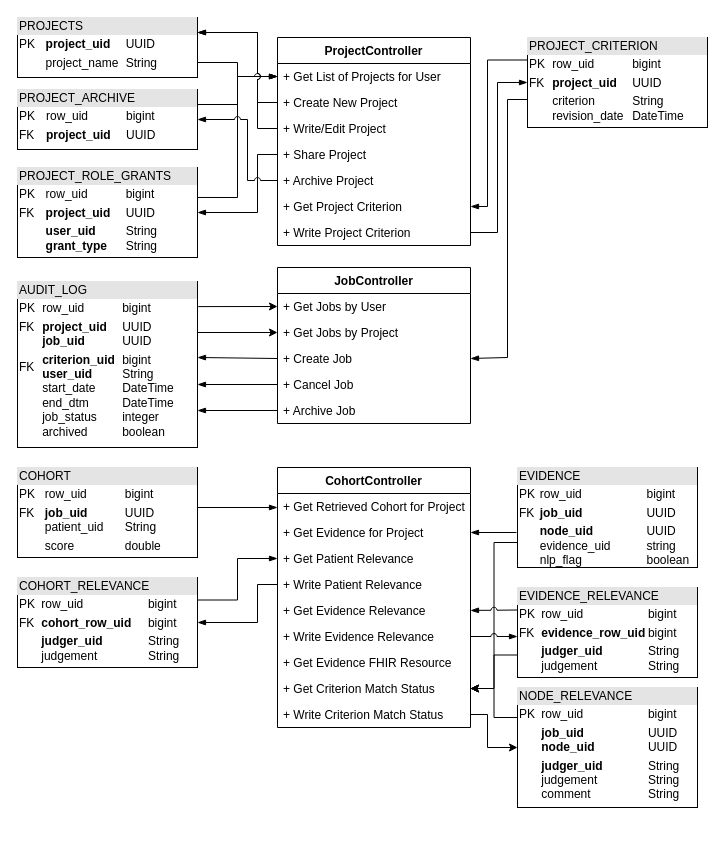
Earlier version of the draw.io diagram page "Middlware - Data Flow" (4 of 4) of cat-arch.drawio (OHNLP/impact-documentation). Source tidied: cells renumbered, new cells numbered last; positions are measured from the earlier drawing's top-left corner, leaving out a move shared by most shapes. Both pictures are drawn from the tidied source at 100%, with x=0, y=0 at pixel (17, 17).
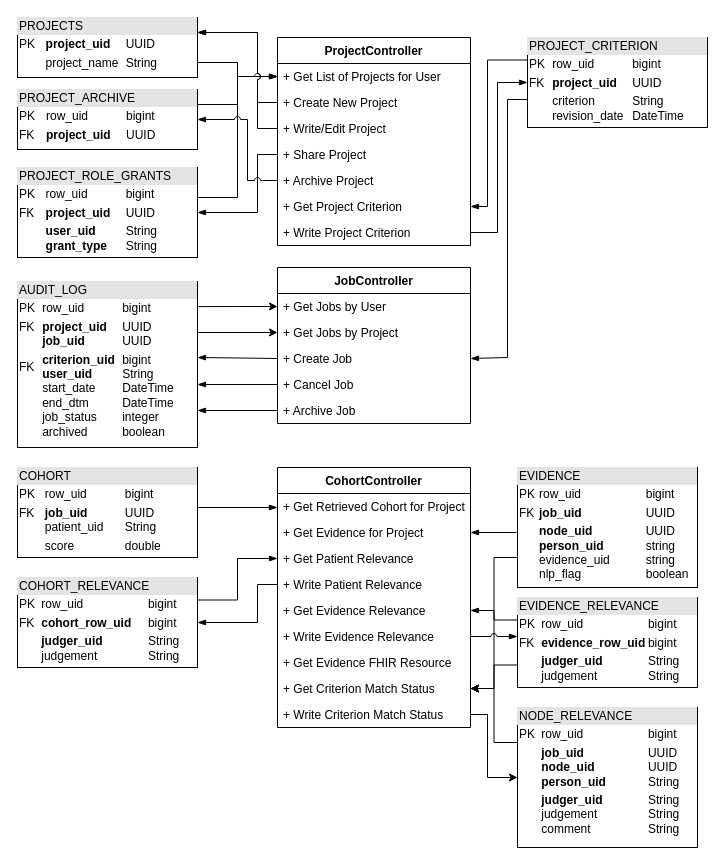
Above is the later version.

Commit message (it also covers changes not shown here):
evidence and criteria judgements should be associated with a candidate patient

The change refers to these unchanged cells:
```xml
<mxCell id="38" value="+ Get Evidence for Project" style="text;strokeColor=none;fillColor=none;align=left;verticalAlign=top;spacingLeft=4;spacingRight=4;overflow=hidden;points=[[0,0.5],[1,0.5]];portConstraint=eastwest;fontColor=#000000;" parent="36" vertex="1">
  <mxGeometry y="52" width="193" height="26" as="geometry" />
</mxCell>
<mxCell id="45" value="+ Write Criterion Match Status " style="text;strokeColor=none;fillColor=none;align=left;verticalAlign=top;spacingLeft=4;spacingRight=4;overflow=hidden;points=[[0,0.5],[1,0.5]];portConstraint=eastwest;fontColor=#000000;" parent="36" vertex="1">
  <mxGeometry y="234" width="193" height="26" as="geometry" />
</mxCell>
```

Change to the diagram source:
```diff
@@
-    <mxCell id="48" style="edgeStyle=orthogonalEdgeStyle;rounded=0;jumpStyle=arc;jettySize=auto;html=1;fontColor=#000000;startArrow=none;startFill=0;endArrow=blockThin;endFill=1;entryX=1;entryY=0.5;entryDx=0;entryDy=0;exitX=-0.006;exitY=0.65;exitDx=0;exitDy=0;exitPerimeter=0;" parent="1" edge="1" source="50" target="38">
-      <mxGeometry relative="1" as="geometry" />
+    <mxCell id="48" style="edgeStyle=orthogonalEdgeStyle;rounded=0;jumpStyle=arc;jettySize=auto;html=1;fontColor=#000000;startArrow=none;startFill=0;endArrow=blockThin;endFill=1;entryX=1;entryY=0.5;entryDx=0;entryDy=0;" parent="1" edge="1" target="38">
+      <mxGeometry relative="1" as="geometry">
+        <mxPoint x="499" y="515" as="sourcePoint" />
+        <Array as="points">
+          <mxPoint x="499" y="515" />
+        </Array>
+      </mxGeometry>
     </mxCell>
@@
-    <mxCell id="50" value="&lt;div style=&quot;box-sizing:border-box;width:100%;background:#e4e4e4;padding:2px;&quot;&gt;EVIDENCE&lt;/div&gt;&lt;table style=&quot;width:100%;font-size:1em;&quot; cellpadding=&quot;2&quot; cellspacing=&quot;0&quot;&gt;&lt;tbody&gt;&lt;tr&gt;&lt;td&gt;PK&lt;/td&gt;&lt;td&gt;row_uid&lt;span style=&quot;white-space: pre;&quot;&gt;&#9;&lt;/span&gt;&lt;span style=&quot;white-space: pre;&quot;&gt;&#9;&lt;span style=&quot;white-space: pre;&quot;&gt;&#9;&lt;/span&gt;&lt;/span&gt;bigint&lt;/td&gt;&lt;/tr&gt;&lt;tr&gt;&lt;td&gt;FK&lt;br&gt;&lt;/td&gt;&lt;td&gt;&lt;b&gt;job_uid&lt;/b&gt;&lt;span style=&quot;font-weight: bold; white-space: pre;&quot;&gt;&#9;&lt;span style=&quot;white-space: pre;&quot;&gt;&#9;&lt;/span&gt;&lt;/span&gt;&lt;span style=&quot;font-weight: bold; white-space: pre;&quot;&gt;&#9;&lt;/span&gt;UUID&lt;/td&gt;&lt;/tr&gt;&lt;tr&gt;&lt;td&gt;&lt;br&gt;&lt;br&gt;&lt;/td&gt;&lt;td&gt;&lt;b&gt;node_uid&lt;span style=&quot;white-space: pre;&quot;&gt;&#9;&lt;span style=&quot;white-space: pre;&quot;&gt;&#9;&lt;/span&gt;&lt;/span&gt;&lt;/b&gt;UUID&lt;br&gt;evidence_uid&lt;span style=&quot;white-space: pre;&quot;&gt;&#9;&lt;span style=&quot;white-space: pre;&quot;&gt;&#9;&lt;/span&gt;&lt;/span&gt;string&lt;br&gt;nlp_flag&lt;span style=&quot;white-space: pre;&quot;&gt;&#9;&lt;/span&gt;&lt;span style=&quot;white-space: pre;&quot;&gt;&#9;&lt;/span&gt;&lt;span style=&quot;white-space: pre;&quot;&gt;&#9;&lt;/span&gt;boolean&lt;/td&gt;&lt;/tr&gt;&lt;/tbody&gt;&lt;/table&gt;" style="verticalAlign=top;align=left;overflow=fill;html=1;fontColor=#000000;" parent="1" vertex="1">
-      <mxGeometry x="500" y="450" width="180" height="100" as="geometry" />
+    <mxCell id="50" value="&lt;div style=&quot;box-sizing:border-box;width:100%;background:#e4e4e4;padding:2px;&quot;&gt;EVIDENCE&lt;/div&gt;&lt;table style=&quot;width:100%;font-size:1em;&quot; cellpadding=&quot;2&quot; cellspacing=&quot;0&quot;&gt;&lt;tbody&gt;&lt;tr&gt;&lt;td&gt;PK&lt;/td&gt;&lt;td&gt;row_uid&lt;span style=&quot;white-space: pre;&quot;&gt;&#9;&lt;/span&gt;&lt;span style=&quot;white-space: pre;&quot;&gt;&#9;&lt;span style=&quot;white-space: pre;&quot;&gt;&#9;&lt;/span&gt;&lt;/span&gt;bigint&lt;/td&gt;&lt;/tr&gt;&lt;tr&gt;&lt;td&gt;FK&lt;br&gt;&lt;/td&gt;&lt;td&gt;&lt;b&gt;job_uid&lt;/b&gt;&lt;span style=&quot;font-weight: bold; white-space: pre;&quot;&gt;&#9;&lt;span style=&quot;white-space: pre;&quot;&gt;&#9;&lt;/span&gt;&lt;/span&gt;&lt;span style=&quot;font-weight: bold; white-space: pre;&quot;&gt;&#9;&lt;/span&gt;UUID&lt;span style=&quot;white-space: pre;&quot;&gt;&#9;&lt;/span&gt;&lt;span style=&quot;white-space: pre;&quot;&gt;&#9;&lt;/span&gt;&lt;/td&gt;&lt;/tr&gt;&lt;tr&gt;&lt;td&gt;&lt;br&gt;&lt;br&gt;&lt;/td&gt;&lt;td&gt;&lt;b&gt;node_uid&lt;span style=&quot;white-space: pre;&quot;&gt;&#9;&lt;span style=&quot;white-space: pre;&quot;&gt;&#9;&lt;/span&gt;&lt;/span&gt;&lt;/b&gt;UUID&lt;br&gt;&lt;b&gt;person_uid&lt;/b&gt;&lt;span style=&quot;white-space: pre;&quot;&gt;&#9;&lt;/span&gt;&lt;span style=&quot;white-space: pre;&quot;&gt;&#9;&lt;/span&gt;string&lt;br&gt;evidence_uid&lt;span style=&quot;white-space: pre;&quot;&gt;&#9;&lt;span style=&quot;white-space: pre;&quot;&gt;&#9;&lt;/span&gt;&lt;/span&gt;string&lt;br&gt;nlp_flag&lt;span style=&quot;white-space: pre;&quot;&gt;&#9;&lt;/span&gt;&lt;span style=&quot;white-space: pre;&quot;&gt;&#9;&lt;/span&gt;&lt;span style=&quot;white-space: pre;&quot;&gt;&#9;&lt;/span&gt;boolean&lt;/td&gt;&lt;/tr&gt;&lt;/tbody&gt;&lt;/table&gt;" style="verticalAlign=top;align=left;overflow=fill;html=1;fontColor=#000000;" parent="1" vertex="1">
+      <mxGeometry x="500" y="450" width="180" height="120" as="geometry" />
     </mxCell>
@@
     <mxCell id="55" value="&lt;div style=&quot;box-sizing:border-box;width:100%;background:#e4e4e4;padding:2px;&quot;&gt;EVIDENCE_RELEVANCE&lt;/div&gt;&lt;table style=&quot;width:100%;font-size:1em;&quot; cellpadding=&quot;2&quot; cellspacing=&quot;0&quot;&gt;&lt;tbody&gt;&lt;tr&gt;&lt;td&gt;PK&lt;/td&gt;&lt;td&gt;row_uid&lt;span style=&quot;white-space: pre;&quot;&gt;&#9;&lt;/span&gt;&lt;span style=&quot;white-space: pre;&quot;&gt;&#9;&lt;span style=&quot;white-space: pre;&quot;&gt;&#9;&lt;/span&gt;&lt;/span&gt;bigint&lt;/td&gt;&lt;/tr&gt;&lt;tr&gt;&lt;td&gt;FK&lt;br&gt;&lt;/td&gt;&lt;td&gt;&lt;b&gt;evidence_row_uid&lt;span style=&quot;white-space: pre;&quot;&gt;&#9;&lt;/span&gt;&lt;/b&gt;bigint&lt;/td&gt;&lt;/tr&gt;&lt;tr&gt;&lt;td&gt;&lt;br&gt;&lt;/td&gt;&lt;td&gt;&lt;b&gt;judger_uid&lt;span style=&quot;white-space: pre;&quot;&gt;&#9;&lt;span style=&quot;white-space: pre;&quot;&gt;&#9;&lt;/span&gt;&lt;/span&gt;&lt;/b&gt;String&lt;br&gt;judgement&lt;span style=&quot;white-space: pre;&quot;&gt;&#9;&lt;span style=&quot;white-space: pre;&quot;&gt;&#9;&lt;/span&gt;&lt;/span&gt;String&lt;/td&gt;&lt;/tr&gt;&lt;/tbody&gt;&lt;/table&gt;" style="verticalAlign=top;align=left;overflow=fill;html=1;fontColor=#000000;" parent="1" vertex="1">
-      <mxGeometry x="500" y="570" width="180" height="90" as="geometry" />
+      <mxGeometry x="500" y="580" width="180" height="90" as="geometry" />
     </mxCell>
@@
-    <mxCell id="59" value="&lt;div style=&quot;box-sizing:border-box;width:100%;background:#e4e4e4;padding:2px;&quot;&gt;NODE_RELEVANCE&lt;/div&gt;&lt;table style=&quot;width:100%;font-size:1em;&quot; cellpadding=&quot;2&quot; cellspacing=&quot;0&quot;&gt;&lt;tbody&gt;&lt;tr&gt;&lt;td&gt;PK&lt;/td&gt;&lt;td&gt;row_uid&lt;span style=&quot;&quot;&gt;&#9;&lt;span style=&quot;white-space: pre;&quot;&gt;&#9;&lt;/span&gt;&lt;span style=&quot;white-space: pre;&quot;&gt;&#9;&lt;span style=&quot;white-space: pre;&quot;&gt;&#9;&lt;/span&gt;&lt;/span&gt;&lt;/span&gt;bigint&lt;/td&gt;&lt;/tr&gt;&lt;tr&gt;&lt;td&gt;&lt;br&gt;&lt;/td&gt;&lt;td&gt;&lt;b&gt;job_uid&lt;/b&gt;&lt;span style=&quot;font-weight: bold; white-space: pre;&quot;&gt;&#9;&lt;/span&gt;&lt;span style=&quot;font-weight: bold; white-space: pre;&quot;&gt;&#9;&lt;/span&gt;&lt;span style=&quot;font-weight: bold; white-space: pre;&quot;&gt;&#9;&lt;/span&gt;UUID&lt;br&gt;&lt;b&gt;node_uid&lt;/b&gt;&lt;span style=&quot;font-weight: bold;&quot;&gt;&#9;&lt;span style=&quot;white-space: pre;&quot;&gt;&#9;&lt;/span&gt;&amp;nbsp;&lt;span style=&quot;white-space: pre;&quot;&gt;&#9;&lt;/span&gt;&lt;/span&gt;UUID&lt;/td&gt;&lt;/tr&gt;&lt;tr&gt;&lt;td&gt;&lt;br&gt;&lt;/td&gt;&lt;td&gt;&lt;b&gt;judger_uid&lt;span style=&quot;&quot;&gt;&#9;&lt;span style=&quot;white-space: pre;&quot;&gt;&#9;&lt;/span&gt;&lt;span style=&quot;&quot;&gt;&#9;&lt;span style=&quot;white-space: pre;&quot;&gt;&#9;&lt;/span&gt;&lt;/span&gt;&lt;/span&gt;&lt;/b&gt;String&lt;br&gt;judgement&lt;span style=&quot;&quot;&gt;&#9;&lt;span style=&quot;white-space: pre;&quot;&gt;&#9;&lt;/span&gt;&lt;span style=&quot;&quot;&gt;&#9;&lt;span style=&quot;white-space: pre;&quot;&gt;&#9;&lt;/span&gt;&lt;/span&gt;&lt;/span&gt;String&lt;br&gt;comment&lt;span style=&quot;white-space: pre;&quot;&gt;&#9;&lt;/span&gt;&lt;span style=&quot;white-space: pre;&quot;&gt;&#9;&lt;/span&gt;&amp;nbsp;&lt;span style=&quot;white-space: pre;&quot;&gt;&#9;&lt;/span&gt;String&lt;/td&gt;&lt;/tr&gt;&lt;/tbody&gt;&lt;/table&gt;" style="verticalAlign=top;align=left;overflow=fill;html=1;fontColor=#000000;" parent="1" vertex="1">
-      <mxGeometry x="500" y="670" width="180" height="120" as="geometry" />
+    <mxCell id="59" value="&lt;div style=&quot;box-sizing:border-box;width:100%;background:#e4e4e4;padding:2px;&quot;&gt;NODE_RELEVANCE&lt;/div&gt;&lt;table style=&quot;width:100%;font-size:1em;&quot; cellpadding=&quot;2&quot; cellspacing=&quot;0&quot;&gt;&lt;tbody&gt;&lt;tr&gt;&lt;td&gt;PK&lt;/td&gt;&lt;td&gt;row_uid&lt;span style=&quot;&quot;&gt;&#9;&lt;span style=&quot;white-space: pre;&quot;&gt;&#9;&lt;/span&gt;&lt;span style=&quot;white-space: pre;&quot;&gt;&#9;&lt;span style=&quot;white-space: pre;&quot;&gt;&#9;&lt;/span&gt;&lt;/span&gt;&lt;/span&gt;bigint&lt;/td&gt;&lt;/tr&gt;&lt;tr&gt;&lt;td&gt;&lt;br&gt;&lt;/td&gt;&lt;td&gt;&lt;b&gt;job_uid&lt;/b&gt;&lt;span style=&quot;font-weight: bold; white-space: pre;&quot;&gt;&#9;&lt;/span&gt;&lt;span style=&quot;font-weight: bold; white-space: pre;&quot;&gt;&#9;&lt;/span&gt;&lt;span style=&quot;font-weight: bold; white-space: pre;&quot;&gt;&#9;&lt;/span&gt;UUID&lt;br&gt;&lt;b&gt;node_uid&lt;/b&gt;&lt;span style=&quot;font-weight: bold;&quot;&gt;&#9;&lt;span style=&quot;white-space: pre;&quot;&gt;&#9;&lt;/span&gt;&amp;nbsp;&lt;span style=&quot;white-space: pre;&quot;&gt;&#9;&lt;/span&gt;&lt;/span&gt;UUID&lt;br&gt;&lt;b&gt;person_uid&lt;span style=&quot;white-space: pre;&quot;&gt;&#9;&lt;/span&gt;&lt;span style=&quot;white-space: pre;&quot;&gt;&#9;&lt;/span&gt;&lt;/b&gt;String&lt;/td&gt;&lt;/tr&gt;&lt;tr&gt;&lt;td&gt;&lt;br&gt;&lt;/td&gt;&lt;td&gt;&lt;b&gt;judger_uid&lt;span style=&quot;&quot;&gt;&#9;&lt;span style=&quot;white-space: pre;&quot;&gt;&#9;&lt;/span&gt;&lt;span style=&quot;&quot;&gt;&#9;&lt;span style=&quot;white-space: pre;&quot;&gt;&#9;&lt;/span&gt;&lt;/span&gt;&lt;/span&gt;&lt;/b&gt;String&lt;br&gt;judgement&lt;span style=&quot;&quot;&gt;&#9;&lt;span style=&quot;white-space: pre;&quot;&gt;&#9;&lt;/span&gt;&lt;span style=&quot;&quot;&gt;&#9;&lt;span style=&quot;white-space: pre;&quot;&gt;&#9;&lt;/span&gt;&lt;/span&gt;&lt;/span&gt;String&lt;br&gt;comment&lt;span style=&quot;white-space: pre;&quot;&gt;&#9;&lt;/span&gt;&lt;span style=&quot;white-space: pre;&quot;&gt;&#9;&lt;/span&gt;&amp;nbsp;&lt;span style=&quot;white-space: pre;&quot;&gt;&#9;&lt;/span&gt;String&lt;/td&gt;&lt;/tr&gt;&lt;/tbody&gt;&lt;/table&gt;" style="verticalAlign=top;align=left;overflow=fill;html=1;fontColor=#000000;" parent="1" vertex="1">
+      <mxGeometry x="500" y="690" width="180" height="140" as="geometry" />
     </mxCell>
     <mxCell id="60" style="edgeStyle=orthogonalEdgeStyle;rounded=0;jettySize=auto;html=1;exitX=1;exitY=0.5;exitDx=0;exitDy=0;entryX=0;entryY=0.5;entryDx=0;entryDy=0;" parent="1" edge="1" source="45" target="59">
       <mxGeometry relative="1" as="geometry">
         <Array as="points">
           <mxPoint x="470" y="697" />
-          <mxPoint x="470" y="730" />
+          <mxPoint x="470" y="760" />
         </Array>
       </mxGeometry>
     </mxCell>
```
